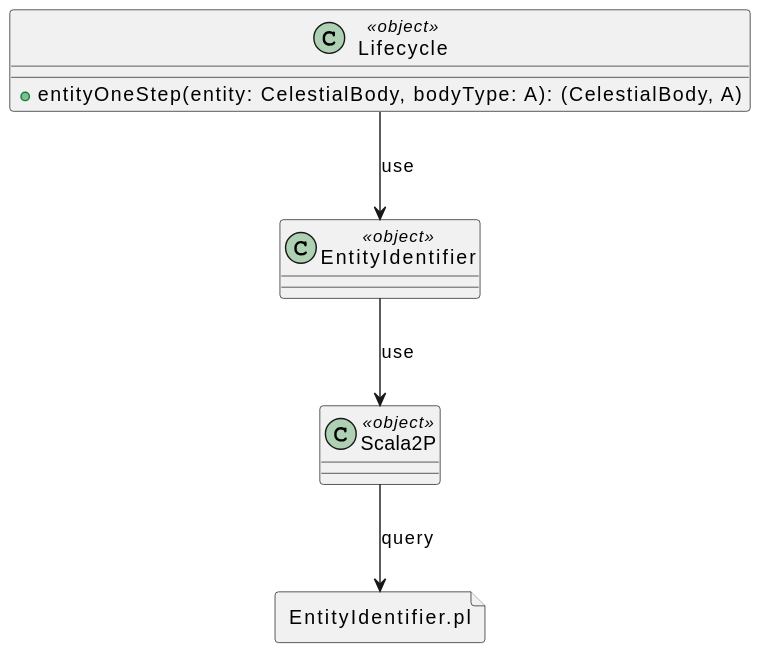
The PlantUML diagram docs/images/lifecycle.svg in FilippoVissani/PPS-22-galaxy-sim, before a commit.
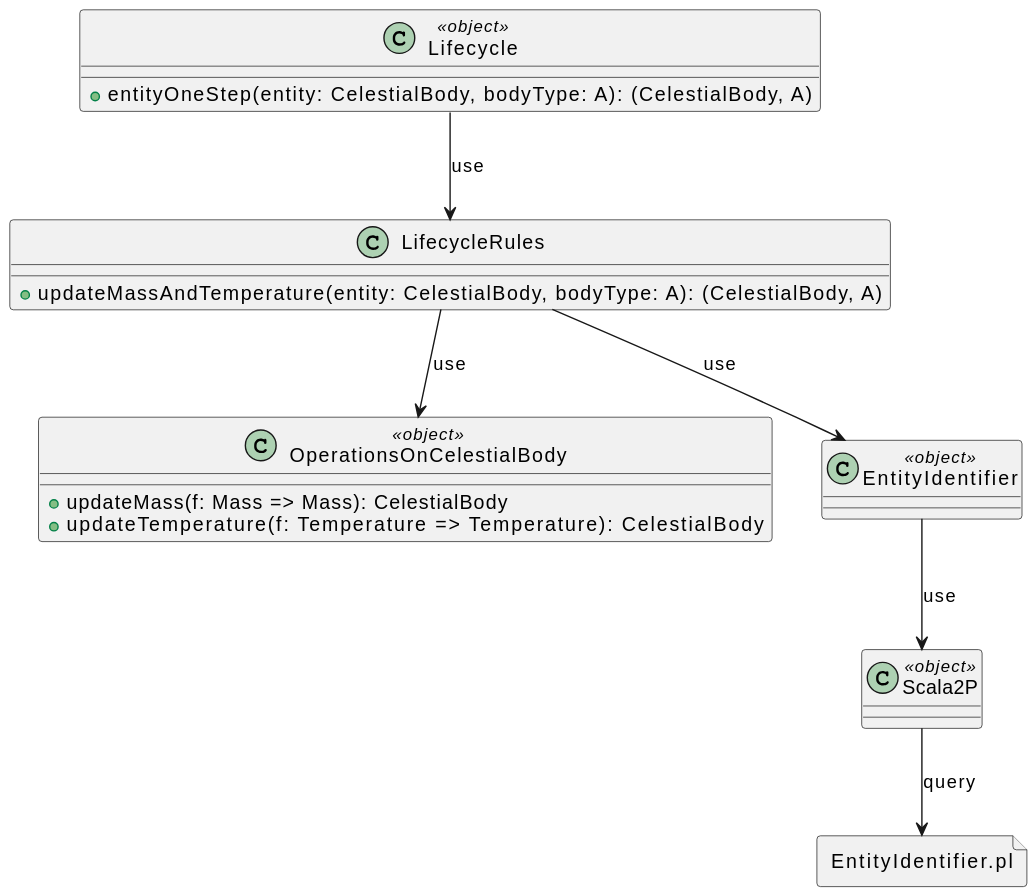
Above is the later version.

Commit message:
new lifecycle class diagram

The edit, as a diff of the source:
```diff
@@ -2,12 +2,22 @@
 class Lifecycle << object >> {
 +entityOneStep(entity: CelestialBody, bodyType: A): (CelestialBody, A)
 }
+class OperationsOnCelestialBody << object >> {
++updateMass(f: Mass => Mass): CelestialBody
++updateTemperature(f: Temperature => Temperature): CelestialBody
+}
+
 class EntityIdentifier << object >>
 class Scala2P << object >>
 package EntityIdentifier.pl <<File>> {
 }
+class LifecycleRules {
++updateMassAndTemperature(entity: CelestialBody, bodyType: A): (CelestialBody, A)
+}
 
 EntityIdentifier --> Scala2P : use
-Lifecycle --> EntityIdentifier : use
+Lifecycle --> LifecycleRules : use
+LifecycleRules --> EntityIdentifier : use
+LifecycleRules --> OperationsOnCelestialBody : use
 Scala2P --> EntityIdentifier.pl : query
 @enduml
```
